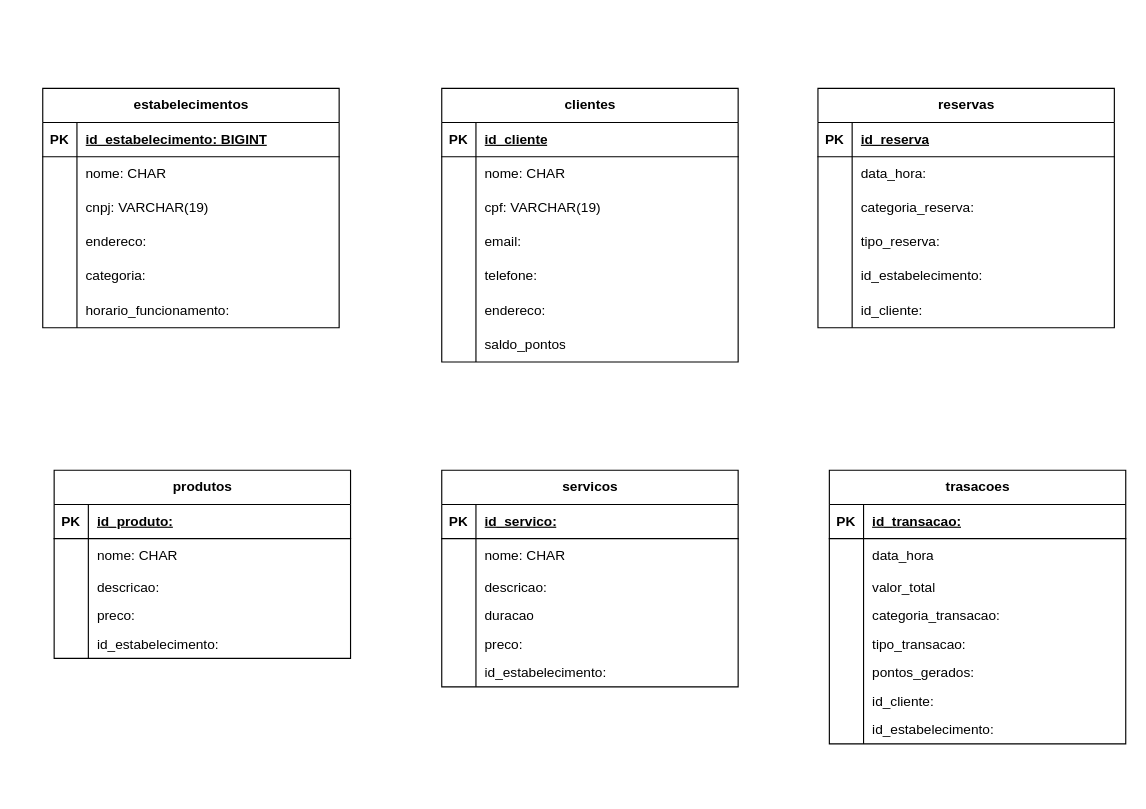
Above: Atividade 1 Reposição 25/04.drawio in RenanSMA/3-Semestre (draw.io), before the change. Source tidied: cells renumbered, new cells numbered last; positions are measured from the earlier drawing's top-left corner, leaving out a move shared by most shapes. Both pictures are drawn from the tidied source at 114%, with x=0, y=0 at pixel (42, 88).
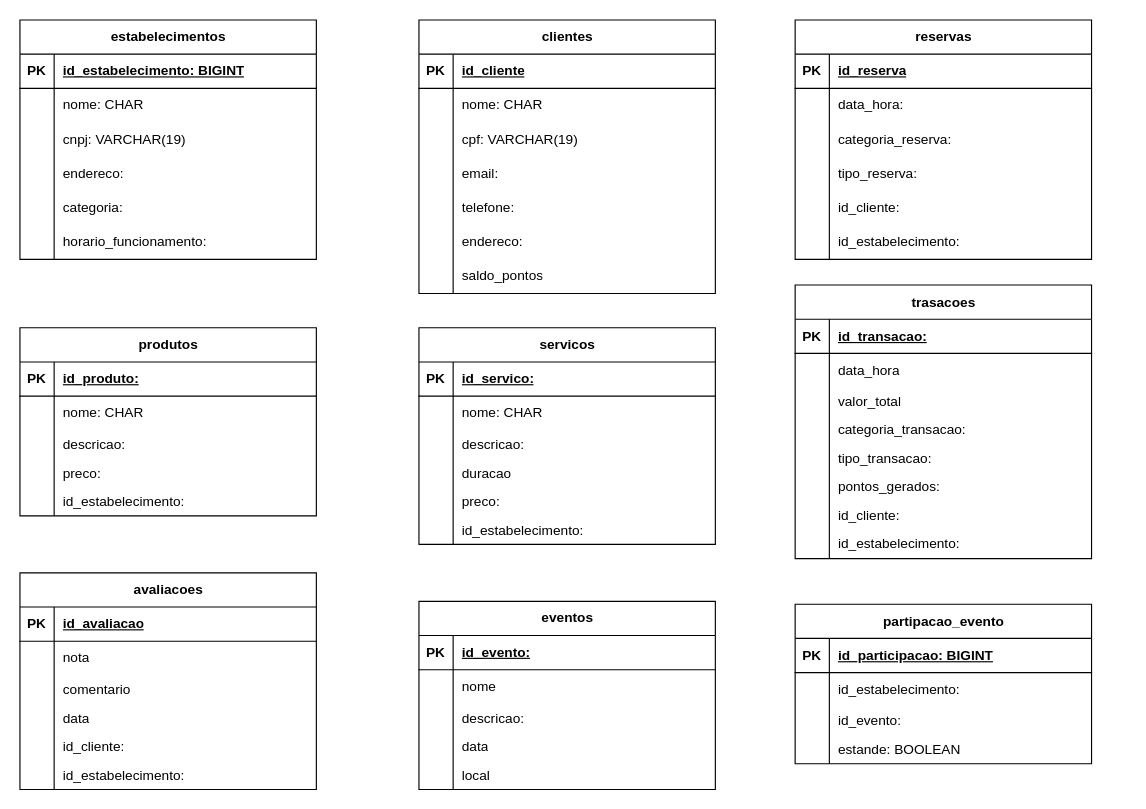
The same diagram, later.

Commit message:
v1.1 Atividade 1 Reposição 25/04.drawio

Change to the diagram source:
```diff
@@
     <mxCell id="2" value="estabelecimentos" style="shape=table;startSize=30;childLayout=tableLayout;rowLines=0;fontStyle=1;align=center;html=1;" parent="1" vertex="1">
-      <mxGeometry width="260" height="210" as="geometry" />
+      <mxGeometry x="-20" y="-60" width="260" height="210" as="geometry" />
     </mxCell>
@@
     <mxCell id="21" value="clientes" style="shape=table;startSize=30;childLayout=tableLayout;rowLines=0;fontStyle=1;align=center;html=1;" parent="1" vertex="1">
-      <mxGeometry x="350" width="260" height="240" as="geometry" />
+      <mxGeometry x="330" y="-60" width="260" height="240" as="geometry" />
     </mxCell>
@@
     <mxCell id="43" value="produtos" style="shape=table;startSize=30;childLayout=tableLayout;rowLines=0;fontStyle=1;align=center;html=1;" parent="1" vertex="1">
-      <mxGeometry x="10" y="335" width="260" height="165" as="geometry" />
+      <mxGeometry x="-20" y="210" width="260" height="165" as="geometry" />
     </mxCell>
@@
     <mxCell id="59" value="servicos" style="shape=table;startSize=30;childLayout=tableLayout;rowLines=0;fontStyle=1;align=center;html=1;" parent="1" vertex="1">
-      <mxGeometry x="350" y="335" width="260" height="190" as="geometry" />
+      <mxGeometry x="330" y="210" width="260" height="190" as="geometry" />
     </mxCell>
@@
     <mxCell id="78" value="reservas" style="shape=table;startSize=30;childLayout=tableLayout;rowLines=0;fontStyle=1;align=center;html=1;" parent="1" vertex="1">
-      <mxGeometry x="680" width="260" height="210" as="geometry" />
+      <mxGeometry x="660" y="-60" width="260" height="210" as="geometry" />
     </mxCell>
@@
-    <mxCell id="91" style="shape=tableRow;horizontal=0;startSize=0;swimlaneHead=0;swimlaneBody=0;fillColor=none;top=0;left=0;right=0;bottom=0;" parent="78" vertex="1">
-      <mxGeometry y="150" width="260" height="30" as="geometry" />
-    </mxCell>
-    <mxCell id="92" style="shape=partialRectangle;fillColor=none;top=0;left=0;bottom=0;right=0;overflow=hidden;whiteSpace=wrap;html=1;" parent="91" vertex="1">
-      <mxGeometry width="30" height="30" as="geometry" />
-    </mxCell>
-    <mxCell id="93" value="id_estabelecimento:" style="shape=partialRectangle;fillColor=none;top=0;left=0;bottom=0;right=0;align=left;spacingLeft=6;overflow=hidden;whiteSpace=wrap;html=1;" parent="91" vertex="1">
-      <mxGeometry x="30" width="230" height="30" as="geometry" />
-    </mxCell>
     <mxCell id="94" style="shape=tableRow;horizontal=0;startSize=0;swimlaneHead=0;swimlaneBody=0;fillColor=none;top=0;left=0;right=0;bottom=0;" parent="78" vertex="1">
-      <mxGeometry y="180" width="260" height="30" as="geometry" />
+      <mxGeometry y="150" width="260" height="30" as="geometry" />
     </mxCell>
@@
+    <mxCell id="122" style="shape=tableRow;horizontal=0;startSize=0;swimlaneHead=0;swimlaneBody=0;fillColor=none;top=0;left=0;right=0;bottom=0;" parent="78" vertex="1">
+      <mxGeometry y="180" width="260" height="30" as="geometry" />
+    </mxCell>
+    <mxCell id="123" style="shape=partialRectangle;fillColor=none;top=0;left=0;bottom=0;right=0;overflow=hidden;whiteSpace=wrap;html=1;" parent="122" vertex="1">
+      <mxGeometry width="30" height="30" as="geometry" />
+    </mxCell>
+    <mxCell id="124" value="id_estabelecimento:" style="shape=partialRectangle;fillColor=none;top=0;left=0;bottom=0;right=0;align=left;spacingLeft=6;overflow=hidden;whiteSpace=wrap;html=1;" parent="122" vertex="1">
+      <mxGeometry x="30" width="230" height="30" as="geometry" />
+    </mxCell>
     <mxCell id="97" value="trasacoes" style="shape=table;startSize=30;childLayout=tableLayout;rowLines=0;fontStyle=1;align=center;html=1;" parent="1" vertex="1">
-      <mxGeometry x="690" y="335" width="260" height="240" as="geometry" />
+      <mxGeometry x="660" y="172.5" width="260" height="240" as="geometry" />
     </mxCell>
@@
+    <mxCell id="125" value="avaliacoes" style="shape=table;startSize=30;childLayout=tableLayout;rowLines=0;fontStyle=1;align=center;html=1;" parent="1" vertex="1">
+      <mxGeometry x="-20" y="425" width="260" height="190" as="geometry" />
+    </mxCell>
+    <mxCell id="126" style="shape=tableRow;horizontal=0;startSize=0;swimlaneHead=0;swimlaneBody=0;fillColor=none;top=0;left=0;right=0;bottom=1;" parent="125" vertex="1">
+      <mxGeometry y="30" width="260" height="30" as="geometry" />
+    </mxCell>
+    <mxCell id="127" value="PK" style="shape=partialRectangle;fillColor=none;top=0;left=0;bottom=0;right=0;fontStyle=1;overflow=hidden;whiteSpace=wrap;html=1;" parent="126" vertex="1">
+      <mxGeometry width="30" height="30" as="geometry" />
+    </mxCell>
+    <mxCell id="128" value="id_avaliacao" style="shape=partialRectangle;fillColor=none;top=0;left=0;bottom=0;right=0;align=left;spacingLeft=6;fontStyle=5;overflow=hidden;whiteSpace=wrap;html=1;" parent="126" vertex="1">
+      <mxGeometry x="30" width="230" height="30" as="geometry" />
+    </mxCell>
+    <mxCell id="129" style="shape=tableRow;horizontal=0;startSize=0;swimlaneHead=0;swimlaneBody=0;fillColor=none;top=0;left=0;right=0;bottom=0;" parent="125" vertex="1">
+      <mxGeometry y="60" width="260" height="30" as="geometry" />
+    </mxCell>
+    <mxCell id="130" style="shape=partialRectangle;fillColor=none;top=0;left=0;bottom=0;right=0;overflow=hidden;whiteSpace=wrap;html=1;" parent="129" vertex="1">
+      <mxGeometry width="30" height="30" as="geometry" />
+    </mxCell>
+    <mxCell id="131" value="nota" style="shape=partialRectangle;fillColor=none;top=0;left=0;bottom=0;right=0;align=left;spacingLeft=6;overflow=hidden;whiteSpace=wrap;html=1;" parent="129" vertex="1">
+      <mxGeometry x="30" width="230" height="30" as="geometry" />
+    </mxCell>
+    <mxCell id="132" style="shape=tableRow;horizontal=0;startSize=0;swimlaneHead=0;swimlaneBody=0;fillColor=none;top=0;left=0;right=0;bottom=0;" parent="125" vertex="1">
+      <mxGeometry y="90" width="260" height="25" as="geometry" />
+    </mxCell>
+    <mxCell id="133" style="shape=partialRectangle;fillColor=none;top=0;left=0;bottom=0;right=0;overflow=hidden;whiteSpace=wrap;html=1;" parent="132" vertex="1">
+      <mxGeometry width="30" height="25" as="geometry" />
+    </mxCell>
+    <mxCell id="134" value="comentario" style="shape=partialRectangle;fillColor=none;top=0;left=0;bottom=0;right=0;align=left;spacingLeft=6;overflow=hidden;whiteSpace=wrap;html=1;" parent="132" vertex="1">
+      <mxGeometry x="30" width="230" height="25" as="geometry" />
+    </mxCell>
+    <mxCell id="135" style="shape=tableRow;horizontal=0;startSize=0;swimlaneHead=0;swimlaneBody=0;fillColor=none;top=0;left=0;right=0;bottom=0;" parent="125" vertex="1">
+      <mxGeometry y="115" width="260" height="25" as="geometry" />
+    </mxCell>
+    <mxCell id="136" style="shape=partialRectangle;fillColor=none;top=0;left=0;bottom=0;right=0;overflow=hidden;whiteSpace=wrap;html=1;" parent="135" vertex="1">
+      <mxGeometry width="30" height="25" as="geometry" />
+    </mxCell>
+    <mxCell id="137" value="data" style="shape=partialRectangle;fillColor=none;top=0;left=0;bottom=0;right=0;align=left;spacingLeft=6;overflow=hidden;whiteSpace=wrap;html=1;" parent="135" vertex="1">
+      <mxGeometry x="30" width="230" height="25" as="geometry" />
+    </mxCell>
+    <mxCell id="138" style="shape=tableRow;horizontal=0;startSize=0;swimlaneHead=0;swimlaneBody=0;fillColor=none;top=0;left=0;right=0;bottom=0;" parent="125" vertex="1">
+      <mxGeometry y="140" width="260" height="25" as="geometry" />
+    </mxCell>
+    <mxCell id="139" style="shape=partialRectangle;fillColor=none;top=0;left=0;bottom=0;right=0;overflow=hidden;whiteSpace=wrap;html=1;" parent="138" vertex="1">
+      <mxGeometry width="30" height="25" as="geometry" />
+    </mxCell>
+    <mxCell id="140" value="id_cliente:" style="shape=partialRectangle;fillColor=none;top=0;left=0;bottom=0;right=0;align=left;spacingLeft=6;overflow=hidden;whiteSpace=wrap;html=1;" parent="138" vertex="1">
+      <mxGeometry x="30" width="230" height="25" as="geometry" />
+    </mxCell>
+    <mxCell id="141" style="shape=tableRow;horizontal=0;startSize=0;swimlaneHead=0;swimlaneBody=0;fillColor=none;top=0;left=0;right=0;bottom=0;" parent="125" vertex="1">
+      <mxGeometry y="165" width="260" height="25" as="geometry" />
+    </mxCell>
+    <mxCell id="142" style="shape=partialRectangle;fillColor=none;top=0;left=0;bottom=0;right=0;overflow=hidden;whiteSpace=wrap;html=1;" parent="141" vertex="1">
+      <mxGeometry width="30" height="25" as="geometry" />
+    </mxCell>
+    <mxCell id="143" value="id_estabelecimento:" style="shape=partialRectangle;fillColor=none;top=0;left=0;bottom=0;right=0;align=left;spacingLeft=6;overflow=hidden;whiteSpace=wrap;html=1;" parent="141" vertex="1">
+      <mxGeometry x="30" width="230" height="25" as="geometry" />
+    </mxCell>
+    <mxCell id="144" value="eventos" style="shape=table;startSize=30;childLayout=tableLayout;rowLines=0;fontStyle=1;align=center;html=1;" parent="1" vertex="1">
+      <mxGeometry x="330" y="450" width="260" height="165" as="geometry" />
+    </mxCell>
+    <mxCell id="145" style="shape=tableRow;horizontal=0;startSize=0;swimlaneHead=0;swimlaneBody=0;fillColor=none;top=0;left=0;right=0;bottom=1;" parent="144" vertex="1">
+      <mxGeometry y="30" width="260" height="30" as="geometry" />
+    </mxCell>
+    <mxCell id="146" value="PK" style="shape=partialRectangle;fillColor=none;top=0;left=0;bottom=0;right=0;fontStyle=1;overflow=hidden;whiteSpace=wrap;html=1;" parent="145" vertex="1">
+      <mxGeometry width="30" height="30" as="geometry" />
+    </mxCell>
+    <mxCell id="147" value="id_evento:" style="shape=partialRectangle;fillColor=none;top=0;left=0;bottom=0;right=0;align=left;spacingLeft=6;fontStyle=5;overflow=hidden;whiteSpace=wrap;html=1;" parent="145" vertex="1">
+      <mxGeometry x="30" width="230" height="30" as="geometry" />
+    </mxCell>
+    <mxCell id="148" style="shape=tableRow;horizontal=0;startSize=0;swimlaneHead=0;swimlaneBody=0;fillColor=none;top=0;left=0;right=0;bottom=0;" parent="144" vertex="1">
+      <mxGeometry y="60" width="260" height="30" as="geometry" />
+    </mxCell>
+    <mxCell id="149" style="shape=partialRectangle;fillColor=none;top=0;left=0;bottom=0;right=0;overflow=hidden;whiteSpace=wrap;html=1;" parent="148" vertex="1">
+      <mxGeometry width="30" height="30" as="geometry" />
+    </mxCell>
+    <mxCell id="150" value="nome" style="shape=partialRectangle;fillColor=none;top=0;left=0;bottom=0;right=0;align=left;spacingLeft=6;overflow=hidden;whiteSpace=wrap;html=1;" parent="148" vertex="1">
+      <mxGeometry x="30" width="230" height="30" as="geometry" />
+    </mxCell>
+    <mxCell id="151" style="shape=tableRow;horizontal=0;startSize=0;swimlaneHead=0;swimlaneBody=0;fillColor=none;top=0;left=0;right=0;bottom=0;" parent="144" vertex="1">
+      <mxGeometry y="90" width="260" height="25" as="geometry" />
+    </mxCell>
+    <mxCell id="152" style="shape=partialRectangle;fillColor=none;top=0;left=0;bottom=0;right=0;overflow=hidden;whiteSpace=wrap;html=1;" parent="151" vertex="1">
+      <mxGeometry width="30" height="25" as="geometry" />
+    </mxCell>
+    <mxCell id="153" value="descricao:" style="shape=partialRectangle;fillColor=none;top=0;left=0;bottom=0;right=0;align=left;spacingLeft=6;overflow=hidden;whiteSpace=wrap;html=1;" parent="151" vertex="1">
+      <mxGeometry x="30" width="230" height="25" as="geometry" />
+    </mxCell>
+    <mxCell id="154" style="shape=tableRow;horizontal=0;startSize=0;swimlaneHead=0;swimlaneBody=0;fillColor=none;top=0;left=0;right=0;bottom=0;" parent="144" vertex="1">
+      <mxGeometry y="115" width="260" height="25" as="geometry" />
+    </mxCell>
+    <mxCell id="155" style="shape=partialRectangle;fillColor=none;top=0;left=0;bottom=0;right=0;overflow=hidden;whiteSpace=wrap;html=1;" parent="154" vertex="1">
+      <mxGeometry width="30" height="25" as="geometry" />
+    </mxCell>
+    <mxCell id="156" value="data" style="shape=partialRectangle;fillColor=none;top=0;left=0;bottom=0;right=0;align=left;spacingLeft=6;overflow=hidden;whiteSpace=wrap;html=1;" parent="154" vertex="1">
+      <mxGeometry x="30" width="230" height="25" as="geometry" />
+    </mxCell>
+    <mxCell id="157" style="shape=tableRow;horizontal=0;startSize=0;swimlaneHead=0;swimlaneBody=0;fillColor=none;top=0;left=0;right=0;bottom=0;" parent="144" vertex="1">
+      <mxGeometry y="140" width="260" height="25" as="geometry" />
+    </mxCell>
+    <mxCell id="158" style="shape=partialRectangle;fillColor=none;top=0;left=0;bottom=0;right=0;overflow=hidden;whiteSpace=wrap;html=1;" parent="157" vertex="1">
+      <mxGeometry width="30" height="25" as="geometry" />
+    </mxCell>
+    <mxCell id="159" value="local" style="shape=partialRectangle;fillColor=none;top=0;left=0;bottom=0;right=0;align=left;spacingLeft=6;overflow=hidden;whiteSpace=wrap;html=1;" parent="157" vertex="1">
+      <mxGeometry x="30" width="230" height="25" as="geometry" />
+    </mxCell>
+    <mxCell id="160" value="partipacao_evento" style="shape=table;startSize=30;childLayout=tableLayout;rowLines=0;fontStyle=1;align=center;html=1;" parent="1" vertex="1">
+      <mxGeometry x="660" y="452.5" width="260" height="140" as="geometry" />
+    </mxCell>
+    <mxCell id="161" style="shape=tableRow;horizontal=0;startSize=0;swimlaneHead=0;swimlaneBody=0;fillColor=none;top=0;left=0;right=0;bottom=1;" parent="160" vertex="1">
+      <mxGeometry y="30" width="260" height="30" as="geometry" />
+    </mxCell>
+    <mxCell id="162" value="PK" style="shape=partialRectangle;fillColor=none;top=0;left=0;bottom=0;right=0;fontStyle=1;overflow=hidden;whiteSpace=wrap;html=1;" parent="161" vertex="1">
+      <mxGeometry width="30" height="30" as="geometry" />
+    </mxCell>
+    <mxCell id="163" value="id_participacao: BIGINT" style="shape=partialRectangle;fillColor=none;top=0;left=0;bottom=0;right=0;align=left;spacingLeft=6;fontStyle=5;overflow=hidden;whiteSpace=wrap;html=1;" parent="161" vertex="1">
+      <mxGeometry x="30" width="230" height="30" as="geometry" />
+    </mxCell>
+    <mxCell id="164" style="shape=tableRow;horizontal=0;startSize=0;swimlaneHead=0;swimlaneBody=0;fillColor=none;top=0;left=0;right=0;bottom=0;" parent="160" vertex="1">
+      <mxGeometry y="60" width="260" height="30" as="geometry" />
+    </mxCell>
+    <mxCell id="165" style="shape=partialRectangle;fillColor=none;top=0;left=0;bottom=0;right=0;overflow=hidden;whiteSpace=wrap;html=1;" parent="164" vertex="1">
+      <mxGeometry width="30" height="30" as="geometry" />
+    </mxCell>
+    <mxCell id="166" value="id_estabelecimento:" style="shape=partialRectangle;fillColor=none;top=0;left=0;bottom=0;right=0;align=left;spacingLeft=6;overflow=hidden;whiteSpace=wrap;html=1;" parent="164" vertex="1">
+      <mxGeometry x="30" width="230" height="30" as="geometry" />
+    </mxCell>
+    <mxCell id="167" style="shape=tableRow;horizontal=0;startSize=0;swimlaneHead=0;swimlaneBody=0;fillColor=none;top=0;left=0;right=0;bottom=0;" parent="160" vertex="1">
+      <mxGeometry y="90" width="260" height="25" as="geometry" />
+    </mxCell>
+    <mxCell id="168" style="shape=partialRectangle;fillColor=none;top=0;left=0;bottom=0;right=0;overflow=hidden;whiteSpace=wrap;html=1;" parent="167" vertex="1">
+      <mxGeometry width="30" height="25" as="geometry" />
+    </mxCell>
+    <mxCell id="169" value="id_evento:" style="shape=partialRectangle;fillColor=none;top=0;left=0;bottom=0;right=0;align=left;spacingLeft=6;overflow=hidden;whiteSpace=wrap;html=1;" parent="167" vertex="1">
+      <mxGeometry x="30" width="230" height="25" as="geometry" />
+    </mxCell>
+    <mxCell id="170" style="shape=tableRow;horizontal=0;startSize=0;swimlaneHead=0;swimlaneBody=0;fillColor=none;top=0;left=0;right=0;bottom=0;" parent="160" vertex="1">
+      <mxGeometry y="115" width="260" height="25" as="geometry" />
+    </mxCell>
+    <mxCell id="171" style="shape=partialRectangle;fillColor=none;top=0;left=0;bottom=0;right=0;overflow=hidden;whiteSpace=wrap;html=1;" parent="170" vertex="1">
+      <mxGeometry width="30" height="25" as="geometry" />
+    </mxCell>
+    <mxCell id="172" value="estande: BOOLEAN" style="shape=partialRectangle;fillColor=none;top=0;left=0;bottom=0;right=0;align=left;spacingLeft=6;overflow=hidden;whiteSpace=wrap;html=1;" parent="170" vertex="1">
+      <mxGeometry x="30" width="230" height="25" as="geometry" />
+    </mxCell>
```
